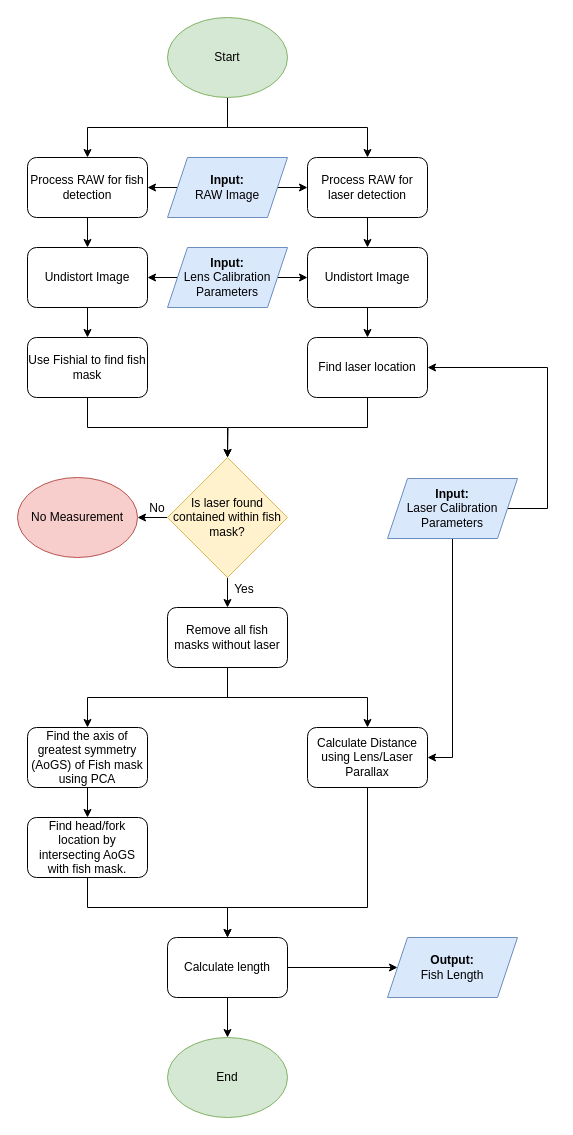
This is docs/software_flowchart.drawio from UCSD-E4E/fishsense-lite, a draw.io file, before an edit. Source tidied: cells renumbered, new cells numbered last; positions are measured from the earlier drawing's top-left corner, leaving out a move shared by most shapes. Both pictures are drawn from the tidied source at 100%, with x=0, y=0 at pixel (17, 17).
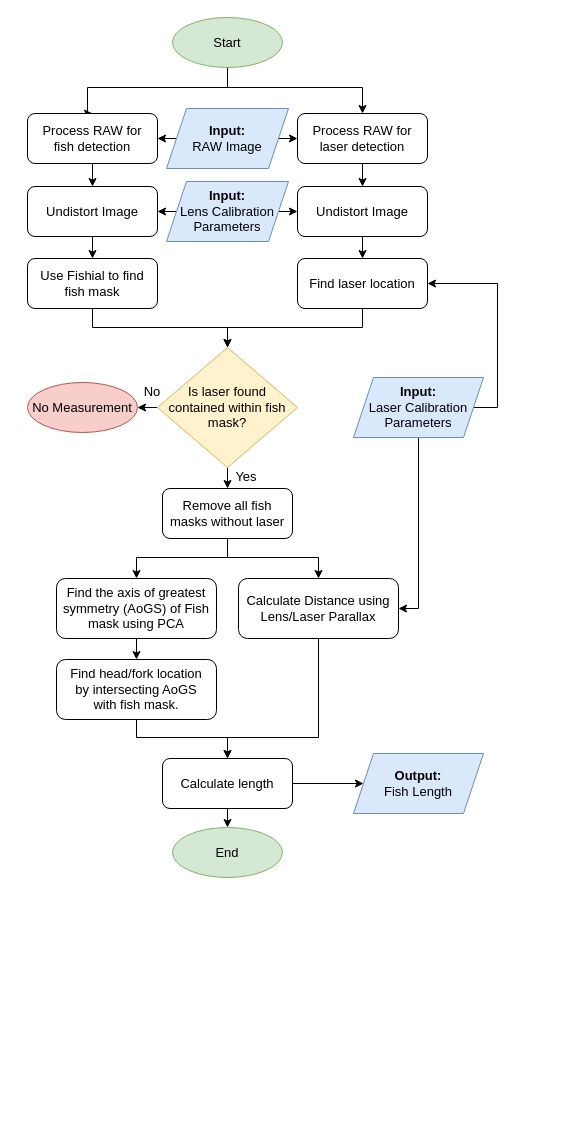
The same diagram, later.

Commit message:
Decrease software_flowchart size

The edit, as a diff of the source:
```diff
@@
-    <mxCell id="2" style="edgeStyle=orthogonalEdgeStyle;rounded=0;jettySize=auto;html=1;exitX=0;exitY=0.5;exitDx=0;exitDy=0;entryX=1;entryY=0.5;entryDx=0;entryDy=0;" parent="1" edge="1" source="4" target="11">
+    <mxCell id="2" style="edgeStyle=orthogonalEdgeStyle;rounded=0;jettySize=auto;html=1;exitX=0;exitY=0.5;exitDx=0;exitDy=0;entryX=1;entryY=0.5;entryDx=0;entryDy=0;fontSize=13;" parent="1" edge="1" source="4" target="11">
       <mxGeometry relative="1" as="geometry" />
     </mxCell>
-    <mxCell id="3" style="edgeStyle=orthogonalEdgeStyle;rounded=0;jettySize=auto;html=1;exitX=1;exitY=0.5;exitDx=0;exitDy=0;entryX=0;entryY=0.5;entryDx=0;entryDy=0;" parent="1" edge="1" source="4" target="6">
+    <mxCell id="3" style="edgeStyle=orthogonalEdgeStyle;rounded=0;jettySize=auto;html=1;exitX=1;exitY=0.5;exitDx=0;exitDy=0;entryX=0;entryY=0.5;entryDx=0;entryDy=0;fontSize=13;" parent="1" edge="1" source="4" target="6">
       <mxGeometry relative="1" as="geometry" />
     </mxCell>
-    <mxCell id="4" value="&lt;b&gt;Input:&lt;br&gt;&lt;/b&gt;RAW Image" style="shape=parallelogram;perimeter=parallelogramPerimeter;whiteSpace=wrap;html=1;fixedSize=1;fillColor=#dae8fc;strokeColor=#6c8ebf;" parent="1" vertex="1">
-      <mxGeometry x="150" y="140" width="120" height="60" as="geometry" />
+    <mxCell id="4" value="&lt;b style=&quot;font-size: 13px;&quot;&gt;Input:&lt;br style=&quot;font-size: 13px;&quot;&gt;&lt;/b&gt;RAW Image" style="shape=parallelogram;perimeter=parallelogramPerimeter;whiteSpace=wrap;html=1;fixedSize=1;fillColor=#dae8fc;strokeColor=#6c8ebf;fontSize=13;" parent="1" vertex="1">
+      <mxGeometry x="149" y="91" width="122" height="60" as="geometry" />
     </mxCell>
-    <mxCell id="5" style="edgeStyle=orthogonalEdgeStyle;rounded=0;jettySize=auto;html=1;exitX=0.5;exitY=1;exitDx=0;exitDy=0;entryX=0.5;entryY=0;entryDx=0;entryDy=0;" parent="1" edge="1" source="6" target="13">
-      <mxGeometry relative="1" as="geometry" />
-    </mxCell>
+    <mxCell id="46" style="edgeStyle=orthogonalEdgeStyle;rounded=0;jettySize=auto;html=1;exitX=0.5;exitY=1;exitDx=0;exitDy=0;entryX=0.5;entryY=0;entryDx=0;entryDy=0;fontSize=13;" parent="1" edge="1" source="6" target="49">
+      <mxGeometry relative="1" as="geometry" />
+    </mxCell>
-    <mxCell id="6" value="Process RAW for laser detection" style="rounded=1;whiteSpace=wrap;html=1;" parent="1" vertex="1">
-      <mxGeometry x="290" y="140" width="120" height="60" as="geometry" />
+    <mxCell id="6" value="Process RAW for laser detection" style="rounded=1;whiteSpace=wrap;html=1;fontSize=13;" parent="1" vertex="1">
+      <mxGeometry x="280" y="96" width="130" height="50" as="geometry" />
     </mxCell>
-    <mxCell id="7" style="edgeStyle=orthogonalEdgeStyle;rounded=0;jettySize=auto;html=1;exitX=0.5;exitY=1;exitDx=0;exitDy=0;entryX=0.5;entryY=0;entryDx=0;entryDy=0;" parent="1" edge="1" source="9" target="11">
-      <mxGeometry relative="1" as="geometry" />
+    <mxCell id="7" style="edgeStyle=orthogonalEdgeStyle;rounded=0;jettySize=auto;html=1;exitX=0.5;exitY=1;exitDx=0;exitDy=0;entryX=0.5;entryY=0;entryDx=0;entryDy=0;fontSize=13;" parent="1" edge="1" source="9" target="11">
+      <mxGeometry relative="1" as="geometry">
+        <Array as="points">
+          <mxPoint x="210" y="70" />
+          <mxPoint x="70" y="70" />
+        </Array>
+      </mxGeometry>
     </mxCell>
-    <mxCell id="8" style="edgeStyle=orthogonalEdgeStyle;rounded=0;jettySize=auto;html=1;exitX=0.5;exitY=1;exitDx=0;exitDy=0;entryX=0.5;entryY=0;entryDx=0;entryDy=0;" parent="1" edge="1" source="9" target="6">
-      <mxGeometry relative="1" as="geometry" />
+    <mxCell id="8" style="edgeStyle=orthogonalEdgeStyle;rounded=0;jettySize=auto;html=1;exitX=0.5;exitY=1;exitDx=0;exitDy=0;entryX=0.5;entryY=0;entryDx=0;entryDy=0;fontSize=13;" parent="1" edge="1" source="9" target="6">
+      <mxGeometry relative="1" as="geometry">
+        <Array as="points">
+          <mxPoint x="210" y="70" />
+          <mxPoint x="345" y="70" />
+        </Array>
+      </mxGeometry>
     </mxCell>
-    <mxCell id="9" value="Start" style="ellipse;whiteSpace=wrap;html=1;fillColor=#d5e8d4;strokeColor=#82b366;" parent="1" vertex="1">
-      <mxGeometry x="150" width="120" height="80" as="geometry" />
+    <mxCell id="9" value="Start" style="ellipse;whiteSpace=wrap;html=1;fillColor=#d5e8d4;strokeColor=#82b366;fontSize=13;" parent="1" vertex="1">
+      <mxGeometry x="155" width="110" height="50" as="geometry" />
     </mxCell>
-    <mxCell id="10" style="edgeStyle=orthogonalEdgeStyle;rounded=0;jettySize=auto;html=1;exitX=0.5;exitY=1;exitDx=0;exitDy=0;entryX=0.5;entryY=0;entryDx=0;entryDy=0;" parent="1" edge="1" source="11" target="15">
-      <mxGeometry relative="1" as="geometry" />
-    </mxCell>
+    <mxCell id="47" style="edgeStyle=orthogonalEdgeStyle;rounded=0;jettySize=auto;html=1;exitX=0.5;exitY=1;exitDx=0;exitDy=0;entryX=0.5;entryY=0;entryDx=0;entryDy=0;fontSize=13;" parent="1" edge="1" source="11" target="51">
+      <mxGeometry relative="1" as="geometry" />
+    </mxCell>
-    <mxCell id="11" value="Process RAW for fish detection" style="rounded=1;whiteSpace=wrap;html=1;" parent="1" vertex="1">
-      <mxGeometry x="10" y="140" width="120" height="60" as="geometry" />
+    <mxCell id="11" value="Process RAW for &lt;br&gt;fish detection" style="rounded=1;whiteSpace=wrap;html=1;fontSize=13;" parent="1" vertex="1">
+      <mxGeometry x="10" y="96" width="130" height="50" as="geometry" />
     </mxCell>
-    <mxCell id="12" style="edgeStyle=orthogonalEdgeStyle;rounded=0;jettySize=auto;html=1;exitX=0.5;exitY=1;exitDx=0;exitDy=0;entryX=0.5;entryY=0;entryDx=0;entryDy=0;" parent="1" edge="1" source="13" target="17">
-      <mxGeometry relative="1" as="geometry" />
-    </mxCell>
-    <mxCell id="13" value="Undistort Image" style="rounded=1;whiteSpace=wrap;html=1;" parent="1" vertex="1">
-      <mxGeometry x="290" y="230" width="120" height="60" as="geometry" />
-    </mxCell>
-    <mxCell id="14" style="edgeStyle=orthogonalEdgeStyle;rounded=0;jettySize=auto;html=1;exitX=0.5;exitY=1;exitDx=0;exitDy=0;entryX=0.5;entryY=0;entryDx=0;entryDy=0;" parent="1" edge="1" source="15" target="22">
-      <mxGeometry relative="1" as="geometry" />
-    </mxCell>
-    <mxCell id="15" value="Undistort Image" style="rounded=1;whiteSpace=wrap;html=1;" parent="1" vertex="1">
-      <mxGeometry x="10" y="230" width="120" height="60" as="geometry" />
-    </mxCell>
-    <mxCell id="16" style="edgeStyle=orthogonalEdgeStyle;rounded=0;jettySize=auto;html=1;exitX=0.5;exitY=1;exitDx=0;exitDy=0;" parent="1" edge="1" source="17">
-      <mxGeometry relative="1" as="geometry">
-        <mxPoint x="210" y="440" as="targetPoint" />
-      </mxGeometry>
-    </mxCell>
+    <mxCell id="48" style="edgeStyle=orthogonalEdgeStyle;rounded=0;jettySize=auto;html=1;exitX=0.5;exitY=1;exitDx=0;exitDy=0;entryX=0.5;entryY=0;entryDx=0;entryDy=0;fontSize=13;" parent="1" edge="1" source="49" target="17">
+      <mxGeometry relative="1" as="geometry" />
+    </mxCell>
+    <mxCell id="49" value="Undistort Image" style="rounded=1;whiteSpace=wrap;html=1;fontSize=13;" parent="1" vertex="1">
+      <mxGeometry x="280" y="169" width="130" height="50" as="geometry" />
+    </mxCell>
+    <mxCell id="50" style="edgeStyle=orthogonalEdgeStyle;rounded=0;jettySize=auto;html=1;exitX=0.5;exitY=1;exitDx=0;exitDy=0;entryX=0.5;entryY=0;entryDx=0;entryDy=0;fontSize=13;" parent="1" edge="1" source="51" target="22">
+      <mxGeometry relative="1" as="geometry" />
+    </mxCell>
+    <mxCell id="51" value="Undistort Image" style="rounded=1;whiteSpace=wrap;html=1;fontSize=13;" parent="1" vertex="1">
+      <mxGeometry x="10" y="169" width="130" height="50" as="geometry" />
+    </mxCell>
+    <mxCell id="52" style="edgeStyle=orthogonalEdgeStyle;rounded=0;jettySize=auto;html=1;exitX=0.5;exitY=1;exitDx=0;exitDy=0;fontSize=13;entryX=0.5;entryY=0;entryDx=0;entryDy=0;" parent="1" edge="1" source="17" target="25">
+      <mxGeometry relative="1" as="geometry">
+        <Array as="points">
+          <mxPoint x="345" y="310" />
+          <mxPoint x="210" y="310" />
+        </Array>
+      </mxGeometry>
+    </mxCell>
-    <mxCell id="17" value="Find laser location" style="rounded=1;whiteSpace=wrap;html=1;" parent="1" vertex="1">
-      <mxGeometry x="290" y="320" width="120" height="60" as="geometry" />
+    <mxCell id="17" value="Find laser location" style="rounded=1;whiteSpace=wrap;html=1;fontSize=13;" parent="1" vertex="1">
+      <mxGeometry x="280" y="241" width="130" height="50" as="geometry" />
     </mxCell>
-    <mxCell id="18" style="edgeStyle=orthogonalEdgeStyle;rounded=0;jettySize=auto;html=1;exitX=1;exitY=0.5;exitDx=0;exitDy=0;entryX=1;entryY=0.5;entryDx=0;entryDy=0;" parent="1" edge="1" source="20" target="17">
+    <mxCell id="18" style="edgeStyle=orthogonalEdgeStyle;rounded=0;jettySize=auto;html=1;exitX=1;exitY=0.5;exitDx=0;exitDy=0;entryX=1;entryY=0.5;entryDx=0;entryDy=0;fontSize=13;" parent="1" edge="1" source="20" target="17">
       <mxGeometry relative="1" as="geometry">
         <Array as="points">
-          <mxPoint x="530" y="491" />
-          <mxPoint x="530" y="350" />
+          <mxPoint x="480" y="390" />
+          <mxPoint x="480" y="266" />
         </Array>
       </mxGeometry>
     </mxCell>
-    <mxCell id="19" style="edgeStyle=orthogonalEdgeStyle;rounded=0;jettySize=auto;html=1;exitX=0.5;exitY=1;exitDx=0;exitDy=0;entryX=1;entryY=0.5;entryDx=0;entryDy=0;" parent="1" edge="1" source="20" target="36">
+    <mxCell id="19" style="edgeStyle=orthogonalEdgeStyle;rounded=0;jettySize=auto;html=1;exitX=0.5;exitY=1;exitDx=0;exitDy=0;entryX=1;entryY=0.5;entryDx=0;entryDy=0;fontSize=13;" parent="1" edge="1" source="20" target="36">
       <mxGeometry relative="1" as="geometry" />
     </mxCell>
-    <mxCell id="20" value="&lt;b&gt;Input:&lt;/b&gt;&lt;br&gt;Laser Calibration Parameters" style="shape=parallelogram;perimeter=parallelogramPerimeter;whiteSpace=wrap;html=1;fixedSize=1;fillColor=#dae8fc;strokeColor=#6c8ebf;" parent="1" vertex="1">
-      <mxGeometry x="370" y="461" width="130" height="60" as="geometry" />
+    <mxCell id="20" value="&lt;b style=&quot;font-size: 13px;&quot;&gt;Input:&lt;/b&gt;&lt;br style=&quot;font-size: 13px;&quot;&gt;Laser Calibration Parameters" style="shape=parallelogram;perimeter=parallelogramPerimeter;whiteSpace=wrap;html=1;fixedSize=1;fillColor=#dae8fc;strokeColor=#6c8ebf;fontSize=13;" parent="1" vertex="1">
+      <mxGeometry x="336" y="360" width="130" height="60" as="geometry" />
     </mxCell>
-    <mxCell id="21" style="edgeStyle=orthogonalEdgeStyle;rounded=0;jettySize=auto;html=1;exitX=0.5;exitY=1;exitDx=0;exitDy=0;entryX=0.5;entryY=0;entryDx=0;entryDy=0;" parent="1" edge="1" source="22" target="25">
-      <mxGeometry relative="1" as="geometry" />
+    <mxCell id="21" style="edgeStyle=orthogonalEdgeStyle;rounded=0;jettySize=auto;html=1;exitX=0.5;exitY=1;exitDx=0;exitDy=0;entryX=0.5;entryY=0;entryDx=0;entryDy=0;fontSize=13;" parent="1" edge="1" source="22" target="25">
+      <mxGeometry relative="1" as="geometry">
+        <Array as="points">
+          <mxPoint x="75" y="310" />
+          <mxPoint x="210" y="310" />
+        </Array>
+      </mxGeometry>
     </mxCell>
-    <mxCell id="22" value="Use Fishial to find fish mask" style="rounded=1;whiteSpace=wrap;html=1;" parent="1" vertex="1">
-      <mxGeometry x="10" y="320" width="120" height="60" as="geometry" />
+    <mxCell id="22" value="Use Fishial to find &lt;br&gt;fish mask" style="rounded=1;whiteSpace=wrap;html=1;fontSize=13;" parent="1" vertex="1">
+      <mxGeometry x="10" y="241" width="130" height="50" as="geometry" />
     </mxCell>
-    <mxCell id="23" style="edgeStyle=orthogonalEdgeStyle;rounded=0;jettySize=auto;html=1;exitX=0;exitY=0.5;exitDx=0;exitDy=0;entryX=1;entryY=0.5;entryDx=0;entryDy=0;" parent="1" edge="1" source="25" target="26">
+    <mxCell id="23" style="edgeStyle=orthogonalEdgeStyle;rounded=0;jettySize=auto;html=1;exitX=0;exitY=0.5;exitDx=0;exitDy=0;entryX=1;entryY=0.5;entryDx=0;entryDy=0;fontSize=13;" parent="1" edge="1" source="25" target="26">
       <mxGeometry relative="1" as="geometry" />
     </mxCell>
-    <mxCell id="24" style="edgeStyle=orthogonalEdgeStyle;rounded=0;jettySize=auto;html=1;exitX=0.5;exitY=1;exitDx=0;exitDy=0;entryX=0.5;entryY=0;entryDx=0;entryDy=0;" parent="1" edge="1" source="25" target="32">
+    <mxCell id="24" style="edgeStyle=orthogonalEdgeStyle;rounded=0;jettySize=auto;html=1;exitX=0.5;exitY=1;exitDx=0;exitDy=0;entryX=0.5;entryY=0;entryDx=0;entryDy=0;fontSize=13;" parent="1" edge="1" source="25" target="32">
       <mxGeometry relative="1" as="geometry" />
     </mxCell>
-    <mxCell id="25" value="Is laser found contained within fish mask?" style="rhombus;whiteSpace=wrap;html=1;fillColor=#fff2cc;strokeColor=#d6b656;" parent="1" vertex="1">
-      <mxGeometry x="150" y="440" width="120" height="120" as="geometry" />
+    <mxCell id="25" value="Is laser found&lt;br&gt;contained within fish mask?" style="rhombus;whiteSpace=wrap;html=1;fillColor=#fff2cc;strokeColor=#d6b656;fontSize=13;" parent="1" vertex="1">
+      <mxGeometry x="140" y="330" width="140" height="120" as="geometry" />
     </mxCell>
-    <mxCell id="26" value="No Measurement" style="ellipse;whiteSpace=wrap;html=1;fillColor=#f8cecc;strokeColor=#b85450;" parent="1" vertex="1">
-      <mxGeometry y="460" width="120" height="80" as="geometry" />
+    <mxCell id="26" value="No Measurement" style="ellipse;whiteSpace=wrap;html=1;fillColor=#f8cecc;strokeColor=#b85450;fontSize=13;" parent="1" vertex="1">
+      <mxGeometry x="10" y="365" width="110" height="50" as="geometry" />
     </mxCell>
-    <mxCell id="27" style="edgeStyle=orthogonalEdgeStyle;rounded=0;jettySize=auto;html=1;exitX=1;exitY=0.5;exitDx=0;exitDy=0;entryX=0;entryY=0.5;entryDx=0;entryDy=0;" parent="1" edge="1" source="29" target="13">
-      <mxGeometry relative="1" as="geometry" />
-    </mxCell>
-    <mxCell id="28" style="edgeStyle=orthogonalEdgeStyle;rounded=0;jettySize=auto;html=1;exitX=0;exitY=0.5;exitDx=0;exitDy=0;entryX=1;entryY=0.5;entryDx=0;entryDy=0;" parent="1" edge="1" source="29" target="15">
-      <mxGeometry relative="1" as="geometry" />
-    </mxCell>
+    <mxCell id="53" style="edgeStyle=orthogonalEdgeStyle;rounded=0;jettySize=auto;html=1;exitX=1;exitY=0.5;exitDx=0;exitDy=0;entryX=0;entryY=0.5;entryDx=0;entryDy=0;fontSize=13;" parent="1" edge="1" source="29" target="49">
+      <mxGeometry relative="1" as="geometry" />
+    </mxCell>
+    <mxCell id="54" style="edgeStyle=orthogonalEdgeStyle;rounded=0;jettySize=auto;html=1;exitX=0;exitY=0.5;exitDx=0;exitDy=0;entryX=1;entryY=0.5;entryDx=0;entryDy=0;fontSize=13;" parent="1" edge="1" source="29" target="51">
+      <mxGeometry relative="1" as="geometry" />
+    </mxCell>
-    <mxCell id="29" value="&lt;b&gt;Input:&lt;/b&gt;&lt;br&gt;Lens Calibration Parameters" style="shape=parallelogram;perimeter=parallelogramPerimeter;whiteSpace=wrap;html=1;fixedSize=1;fillColor=#dae8fc;strokeColor=#6c8ebf;" parent="1" vertex="1">
-      <mxGeometry x="150" y="230" width="120" height="60" as="geometry" />
+    <mxCell id="29" value="&lt;b style=&quot;font-size: 13px;&quot;&gt;Input:&lt;/b&gt;&lt;br style=&quot;font-size: 13px;&quot;&gt;Lens Calibration Parameters" style="shape=parallelogram;perimeter=parallelogramPerimeter;whiteSpace=wrap;html=1;fixedSize=1;fillColor=#dae8fc;strokeColor=#6c8ebf;fontSize=13;" parent="1" vertex="1">
+      <mxGeometry x="149" y="164" width="122" height="60" as="geometry" />
     </mxCell>
-    <mxCell id="30" style="edgeStyle=orthogonalEdgeStyle;rounded=0;jettySize=auto;html=1;exitX=0.5;exitY=1;exitDx=0;exitDy=0;entryX=0.5;entryY=0;entryDx=0;entryDy=0;" parent="1" edge="1" source="32" target="34">
-      <mxGeometry relative="1" as="geometry" />
+    <mxCell id="30" style="edgeStyle=orthogonalEdgeStyle;rounded=0;jettySize=auto;html=1;exitX=0.5;exitY=1;exitDx=0;exitDy=0;entryX=0.5;entryY=0;entryDx=0;entryDy=0;fontSize=13;" parent="1" edge="1" source="32" target="34">
+      <mxGeometry relative="1" as="geometry">
+        <Array as="points">
+          <mxPoint x="210" y="540" />
+          <mxPoint x="119" y="540" />
+        </Array>
+      </mxGeometry>
     </mxCell>
-    <mxCell id="31" style="edgeStyle=orthogonalEdgeStyle;rounded=0;jettySize=auto;html=1;exitX=0.5;exitY=1;exitDx=0;exitDy=0;entryX=0.5;entryY=0;entryDx=0;entryDy=0;" parent="1" edge="1" source="32" target="36">
-      <mxGeometry relative="1" as="geometry" />
+    <mxCell id="31" style="edgeStyle=orthogonalEdgeStyle;rounded=0;jettySize=auto;html=1;exitX=0.5;exitY=1;exitDx=0;exitDy=0;entryX=0.5;entryY=0;entryDx=0;entryDy=0;fontSize=13;" parent="1" edge="1" source="32" target="36">
+      <mxGeometry relative="1" as="geometry">
+        <Array as="points">
+          <mxPoint x="210" y="540" />
+          <mxPoint x="301" y="540" />
+        </Array>
+      </mxGeometry>
     </mxCell>
-    <mxCell id="32" value="Remove all fish masks without laser" style="rounded=1;whiteSpace=wrap;html=1;" parent="1" vertex="1">
-      <mxGeometry x="150" y="590" width="120" height="60" as="geometry" />
+    <mxCell id="32" value="Remove all fish masks without laser" style="rounded=1;whiteSpace=wrap;html=1;fontSize=13;" parent="1" vertex="1">
+      <mxGeometry x="145" y="471" width="130" height="50" as="geometry" />
     </mxCell>
-    <mxCell id="33" style="edgeStyle=orthogonalEdgeStyle;rounded=0;jettySize=auto;html=1;exitX=0.5;exitY=1;exitDx=0;exitDy=0;entryX=0.5;entryY=0;entryDx=0;entryDy=0;" parent="1" edge="1" source="34" target="38">
+    <mxCell id="33" style="edgeStyle=orthogonalEdgeStyle;rounded=0;jettySize=auto;html=1;exitX=0.5;exitY=1;exitDx=0;exitDy=0;entryX=0.5;entryY=0;entryDx=0;entryDy=0;fontSize=13;" parent="1" edge="1" source="34" target="38">
       <mxGeometry relative="1" as="geometry" />
     </mxCell>
-    <mxCell id="34" value="Find the axis of greatest symmetry (AoGS) of Fish mask using PCA" style="rounded=1;whiteSpace=wrap;html=1;" parent="1" vertex="1">
-      <mxGeometry x="10" y="710" width="120" height="60" as="geometry" />
+    <mxCell id="34" value="Find the axis of greatest symmetry (AoGS) of Fish mask using PCA" style="rounded=1;whiteSpace=wrap;html=1;fontSize=13;" parent="1" vertex="1">
+      <mxGeometry x="39" y="561" width="160" height="60" as="geometry" />
     </mxCell>
-    <mxCell id="35" style="edgeStyle=orthogonalEdgeStyle;rounded=0;jettySize=auto;html=1;exitX=0.5;exitY=1;exitDx=0;exitDy=0;entryX=0.5;entryY=0;entryDx=0;entryDy=0;" parent="1" edge="1" source="36" target="41">
+    <mxCell id="35" style="edgeStyle=orthogonalEdgeStyle;rounded=0;jettySize=auto;html=1;exitX=0.5;exitY=1;exitDx=0;exitDy=0;entryX=0.5;entryY=0;entryDx=0;entryDy=0;fontSize=13;" parent="1" edge="1" source="36" target="41">
       <mxGeometry relative="1" as="geometry">
         <Array as="points">
-          <mxPoint x="350" y="890" />
-          <mxPoint x="210" y="890" />
+          <mxPoint x="301" y="720" />
+          <mxPoint x="210" y="720" />
         </Array>
       </mxGeometry>
     </mxCell>
-    <mxCell id="36" value="Calculate Distance using Lens/Laser Parallax" style="rounded=1;whiteSpace=wrap;html=1;" parent="1" vertex="1">
-      <mxGeometry x="290" y="710" width="120" height="60" as="geometry" />
+    <mxCell id="36" value="Calculate Distance using Lens/Laser Parallax" style="rounded=1;whiteSpace=wrap;html=1;fontSize=13;" parent="1" vertex="1">
+      <mxGeometry x="221" y="561" width="160" height="60" as="geometry" />
     </mxCell>
-    <mxCell id="37" style="edgeStyle=orthogonalEdgeStyle;rounded=0;jettySize=auto;html=1;exitX=0.5;exitY=1;exitDx=0;exitDy=0;entryX=0.5;entryY=0;entryDx=0;entryDy=0;" parent="1" edge="1" source="38" target="41">
-      <mxGeometry relative="1" as="geometry" />
+    <mxCell id="37" style="edgeStyle=orthogonalEdgeStyle;rounded=0;jettySize=auto;html=1;exitX=0.5;exitY=1;exitDx=0;exitDy=0;entryX=0.5;entryY=0;entryDx=0;entryDy=0;fontSize=13;" parent="1" edge="1" source="38" target="41">
+      <mxGeometry relative="1" as="geometry">
+        <Array as="points">
+          <mxPoint x="119" y="720" />
+          <mxPoint x="210" y="720" />
+        </Array>
+      </mxGeometry>
     </mxCell>
-    <mxCell id="38" value="Find head/fork location by intersecting AoGS with fish mask." style="rounded=1;whiteSpace=wrap;html=1;" parent="1" vertex="1">
-      <mxGeometry x="10" y="800" width="120" height="60" as="geometry" />
+    <mxCell id="38" value="Find head/fork location &lt;br&gt;by intersecting AoGS &lt;br&gt;with fish mask." style="rounded=1;whiteSpace=wrap;html=1;fontSize=13;" parent="1" vertex="1">
+      <mxGeometry x="39" y="642" width="160" height="60" as="geometry" />
     </mxCell>
-    <mxCell id="39" style="edgeStyle=orthogonalEdgeStyle;rounded=0;jettySize=auto;html=1;exitX=1;exitY=0.5;exitDx=0;exitDy=0;entryX=0;entryY=0.5;entryDx=0;entryDy=0;" parent="1" edge="1" source="41" target="45">
+    <mxCell id="39" style="edgeStyle=orthogonalEdgeStyle;rounded=0;jettySize=auto;html=1;exitX=1;exitY=0.5;exitDx=0;exitDy=0;entryX=0;entryY=0.5;entryDx=0;entryDy=0;fontSize=13;" parent="1" edge="1" source="41" target="45">
       <mxGeometry relative="1" as="geometry" />
     </mxCell>
-    <mxCell id="40" style="edgeStyle=orthogonalEdgeStyle;rounded=0;jettySize=auto;html=1;exitX=0.5;exitY=1;exitDx=0;exitDy=0;entryX=0.5;entryY=0;entryDx=0;entryDy=0;" parent="1" edge="1" source="41" target="44">
+    <mxCell id="40" style="edgeStyle=orthogonalEdgeStyle;rounded=0;jettySize=auto;html=1;exitX=0.5;exitY=1;exitDx=0;exitDy=0;entryX=0.5;entryY=0;entryDx=0;entryDy=0;fontSize=13;" parent="1" edge="1" source="41" target="44">
       <mxGeometry relative="1" as="geometry" />
     </mxCell>
-    <mxCell id="41" value="Calculate length" style="rounded=1;whiteSpace=wrap;html=1;" parent="1" vertex="1">
-      <mxGeometry x="150" y="920" width="120" height="60" as="geometry" />
+    <mxCell id="41" value="Calculate length" style="rounded=1;whiteSpace=wrap;html=1;fontSize=13;" parent="1" vertex="1">
+      <mxGeometry x="145" y="741" width="130" height="50" as="geometry" />
     </mxCell>
-    <mxCell id="42" value="Yes" style="text;html=1;strokeColor=none;fillColor=none;align=center;verticalAlign=middle;whiteSpace=wrap;rounded=0;" parent="1" vertex="1">
-      <mxGeometry x="197" y="557" width="60" height="30" as="geometry" />
+    <mxCell id="42" value="Yes" style="text;html=1;strokeColor=none;fillColor=none;align=center;verticalAlign=middle;whiteSpace=wrap;rounded=0;fontSize=13;" parent="1" vertex="1">
+      <mxGeometry x="199" y="444" width="60" height="30" as="geometry" />
     </mxCell>
-    <mxCell id="43" value="No" style="text;html=1;strokeColor=none;fillColor=none;align=center;verticalAlign=middle;whiteSpace=wrap;rounded=0;" parent="1" vertex="1">
-      <mxGeometry x="110" y="476" width="60" height="30" as="geometry" />
+    <mxCell id="43" value="No" style="text;html=1;strokeColor=none;fillColor=none;align=center;verticalAlign=middle;whiteSpace=wrap;rounded=0;fontSize=13;" parent="1" vertex="1">
+      <mxGeometry x="105" y="359" width="60" height="30" as="geometry" />
     </mxCell>
-    <mxCell id="44" value="End" style="ellipse;whiteSpace=wrap;html=1;fillColor=#d5e8d4;strokeColor=#82b366;" parent="1" vertex="1">
-      <mxGeometry x="150" y="1020" width="120" height="80" as="geometry" />
+    <mxCell id="44" value="End" style="ellipse;whiteSpace=wrap;html=1;fillColor=#d5e8d4;strokeColor=#82b366;fontSize=13;" parent="1" vertex="1">
+      <mxGeometry x="155" y="810" width="110" height="50" as="geometry" />
     </mxCell>
-    <mxCell id="45" value="&lt;b&gt;Output:&lt;/b&gt;&lt;br&gt;Fish Length" style="shape=parallelogram;perimeter=parallelogramPerimeter;whiteSpace=wrap;html=1;fixedSize=1;fillColor=#dae8fc;strokeColor=#6c8ebf;" parent="1" vertex="1">
-      <mxGeometry x="370" y="920" width="130" height="60" as="geometry" />
+    <mxCell id="45" value="&lt;b style=&quot;font-size: 13px;&quot;&gt;Output:&lt;/b&gt;&lt;br style=&quot;font-size: 13px;&quot;&gt;Fish Length" style="shape=parallelogram;perimeter=parallelogramPerimeter;whiteSpace=wrap;html=1;fixedSize=1;fillColor=#dae8fc;strokeColor=#6c8ebf;fontSize=13;" parent="1" vertex="1">
+      <mxGeometry x="336" y="736" width="130" height="60" as="geometry" />
     </mxCell>
```
